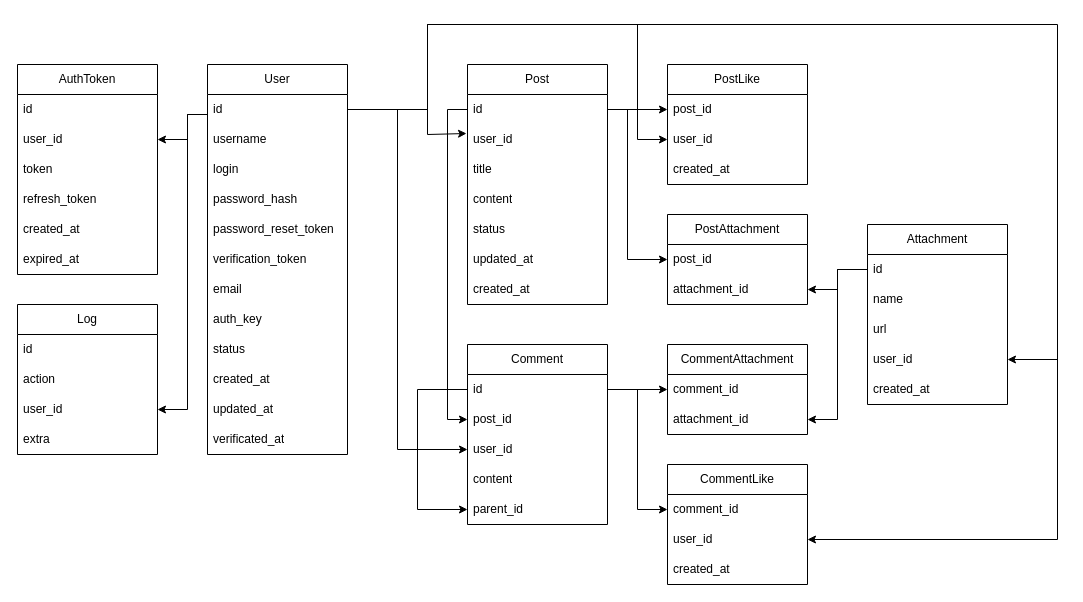
The draw.io diagram blog_forum.drawio in Sanderoz/draw.io, before the edit. Source tidied: cells renumbered, new cells numbered last; positions are measured from the earlier drawing's top-left corner, leaving out a move shared by most shapes. Both pictures are drawn from the tidied source at 100%, with x=0, y=0 at pixel (17, 24).
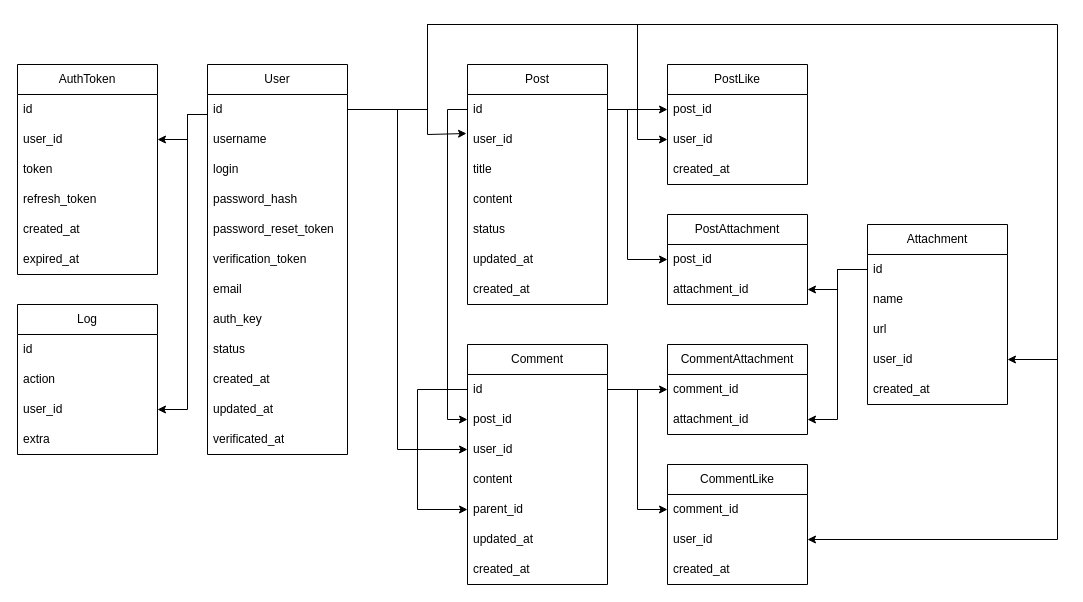
Above is the later version.

Diff of the diagram source:
```diff
@@
     <mxCell id="30" value="Comment" style="swimlane;fontStyle=0;horizontal=1;startSize=30;whiteSpace=wrap;html=1;" parent="1" vertex="1">
-      <mxGeometry x="450" y="320" width="140" height="180" as="geometry" />
+      <mxGeometry x="450" y="320" width="140" height="240" as="geometry" />
     </mxCell>
@@
+    <mxCell id="76" value="updated_at" style="text;strokeColor=none;fillColor=none;align=left;verticalAlign=middle;spacingLeft=4;spacingRight=4;overflow=hidden;whiteSpace=wrap;html=1;" parent="30" vertex="1">
+      <mxGeometry y="180" width="140" height="30" as="geometry" />
+    </mxCell>
+    <mxCell id="77" value="created_at" style="text;strokeColor=none;fillColor=none;align=left;verticalAlign=middle;spacingLeft=4;spacingRight=4;overflow=hidden;whiteSpace=wrap;html=1;" parent="30" vertex="1">
+      <mxGeometry y="210" width="140" height="30" as="geometry" />
+    </mxCell>
```
